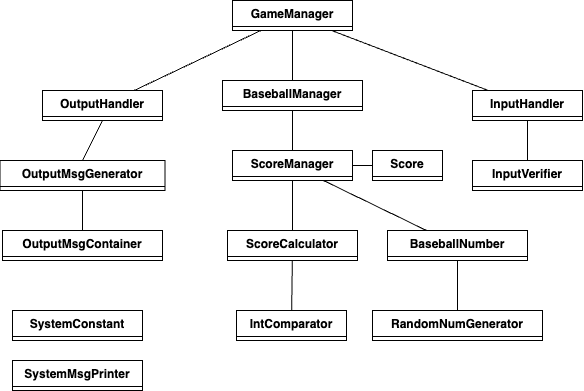
woowacourse-precourse/java-baseball keeps this draw.io diagram as docs/img/class4.png. Above is the earlier version. Source tidied: cells renumbered, new cells last; positions are measured from the earlier drawing's top-left corner, leaving out a move shared by most shapes. The source it was exported from:
```xml
<mxGraphModel>
  <root>
    <mxCell id="0" />
    <mxCell id="1" parent="0" />
    <mxCell id="2" value="InputHandler" style="swimlane;fontStyle=1;align=center;verticalAlign=top;horizontal=1;startSize=26;" parent="1" vertex="1" collapsed="1">
      <mxGeometry x="472" y="90" width="110" height="30" as="geometry" />
    </mxCell>
    <mxCell id="3" value="OutputHandler" style="swimlane;fontStyle=1;align=center;verticalAlign=top;horizontal=1;startSize=26;" parent="1" vertex="1" collapsed="1">
      <mxGeometry x="42" y="90" width="120" height="30" as="geometry" />
    </mxCell>
    <mxCell id="4" value="InputVerifier" style="swimlane;fontStyle=1;align=center;verticalAlign=top;horizontal=1;startSize=26;" parent="1" vertex="1" collapsed="1">
      <mxGeometry x="472" y="160" width="110" height="30" as="geometry" />
    </mxCell>
    <mxCell id="5" value="SystemConstant" style="swimlane;fontStyle=1;align=center;verticalAlign=top;horizontal=1;startSize=26;" parent="1" vertex="1" collapsed="1">
      <mxGeometry x="12" y="310" width="130" height="30" as="geometry" />
    </mxCell>
    <mxCell id="6" value="GameManager" style="swimlane;fontStyle=1;align=center;verticalAlign=top;horizontal=1;startSize=26;" parent="1" vertex="1" collapsed="1">
      <mxGeometry x="232" width="120" height="30" as="geometry" />
    </mxCell>
    <mxCell id="7" value="RandomNumGenerator" style="swimlane;fontStyle=1;align=center;verticalAlign=top;horizontal=1;startSize=26;" parent="1" vertex="1" collapsed="1">
      <mxGeometry x="372" y="310" width="170" height="30" as="geometry" />
    </mxCell>
    <mxCell id="8" value="IntComparator" style="swimlane;fontStyle=1;align=center;verticalAlign=top;horizontal=1;startSize=26;" parent="1" vertex="1" collapsed="1">
      <mxGeometry x="236" y="310" width="110" height="30" as="geometry" />
    </mxCell>
    <mxCell id="9" value="ScoreManager" style="swimlane;fontStyle=1;align=center;verticalAlign=top;horizontal=1;startSize=26;" parent="1" vertex="1" collapsed="1">
      <mxGeometry x="232" y="150" width="120" height="30" as="geometry" />
    </mxCell>
    <mxCell id="10" value="OutputMsgGenerator" style="swimlane;fontStyle=1;align=center;verticalAlign=top;horizontal=1;startSize=26;" parent="1" vertex="1" collapsed="1">
      <mxGeometry x="-0.5" y="160" width="165" height="30" as="geometry" />
    </mxCell>
    <mxCell id="11" style="endArrow=none;html=1;rounded=0;entryX=0.5;entryY=1;entryDx=0;entryDy=0;exitX=0.5;exitY=0;exitDx=0;exitDy=0;" parent="1" edge="1" source="10" target="3">
      <mxGeometry relative="1" as="geometry" />
    </mxCell>
    <mxCell id="12" style="endArrow=none;html=1;rounded=0;" parent="1" edge="1" source="3" target="6">
      <mxGeometry relative="1" as="geometry" />
    </mxCell>
    <mxCell id="13" style="endArrow=none;html=1;rounded=0;" parent="1" edge="1" source="6" target="2">
      <mxGeometry relative="1" as="geometry" />
    </mxCell>
    <mxCell id="14" style="endArrow=none;html=1;rounded=0;" parent="1" edge="1" source="2" target="4">
      <mxGeometry relative="1" as="geometry" />
    </mxCell>
    <mxCell id="15" style="endArrow=none;html=1;rounded=0;" parent="1" edge="1" source="27" target="6">
      <mxGeometry relative="1" as="geometry" />
    </mxCell>
    <mxCell id="16" style="endArrow=none;html=1;rounded=0;" parent="1" edge="1" source="8" target="17">
      <mxGeometry relative="1" as="geometry" />
    </mxCell>
    <mxCell id="17" value="ScoreCalculator" style="swimlane;fontStyle=1;align=center;verticalAlign=top;horizontal=1;startSize=26;" parent="1" vertex="1" collapsed="1">
      <mxGeometry x="227" y="230" width="130" height="30" as="geometry" />
    </mxCell>
    <mxCell id="18" style="endArrow=none;html=1;rounded=0;" parent="1" edge="1" source="17" target="9">
      <mxGeometry relative="1" as="geometry" />
    </mxCell>
    <mxCell id="19" value="OutputMsgContainer" style="swimlane;fontStyle=1;align=center;verticalAlign=top;horizontal=1;startSize=26;" parent="1" vertex="1" collapsed="1">
      <mxGeometry x="2" y="230" width="160" height="30" as="geometry" />
    </mxCell>
    <mxCell id="20" value="BaseballNumber" style="swimlane;fontStyle=1;align=center;verticalAlign=top;horizontal=1;startSize=26;" parent="1" vertex="1" collapsed="1">
      <mxGeometry x="387" y="230" width="140" height="30" as="geometry" />
    </mxCell>
    <mxCell id="21" style="endArrow=none;html=1;rounded=0;" parent="1" edge="1" source="20" target="9">
      <mxGeometry relative="1" as="geometry" />
    </mxCell>
    <mxCell id="22" style="endArrow=none;html=1;rounded=0;" parent="1" edge="1" source="7" target="20">
      <mxGeometry relative="1" as="geometry" />
    </mxCell>
    <mxCell id="23" style="endArrow=none;html=1;rounded=0;" parent="1" edge="1" source="19" target="10">
      <mxGeometry relative="1" as="geometry" />
    </mxCell>
    <mxCell id="24" value="SystemMsgPrinter" style="swimlane;fontStyle=1;align=center;verticalAlign=top;horizontal=1;startSize=26;" parent="1" vertex="1" collapsed="1">
      <mxGeometry x="12" y="360" width="130" height="30" as="geometry" />
    </mxCell>
    <mxCell id="25" value="Score" style="swimlane;fontStyle=1;align=center;verticalAlign=top;horizontal=1;startSize=26;" parent="1" vertex="1" collapsed="1">
      <mxGeometry x="372" y="150" width="70" height="30" as="geometry" />
    </mxCell>
    <mxCell id="26" style="endArrow=none;html=1;rounded=0;" parent="1" edge="1" source="9" target="25">
      <mxGeometry relative="1" as="geometry" />
    </mxCell>
    <mxCell id="27" value="BaseballManager" style="swimlane;fontStyle=1;align=center;verticalAlign=top;horizontal=1;startSize=26;" parent="1" vertex="1" collapsed="1">
      <mxGeometry x="222" y="80" width="140" height="30" as="geometry" />
    </mxCell>
    <mxCell id="28" style="endArrow=none;html=1;rounded=0;" parent="1" edge="1" source="9" target="27">
      <mxGeometry relative="1" as="geometry" />
    </mxCell>
  </root>
</mxGraphModel>
```
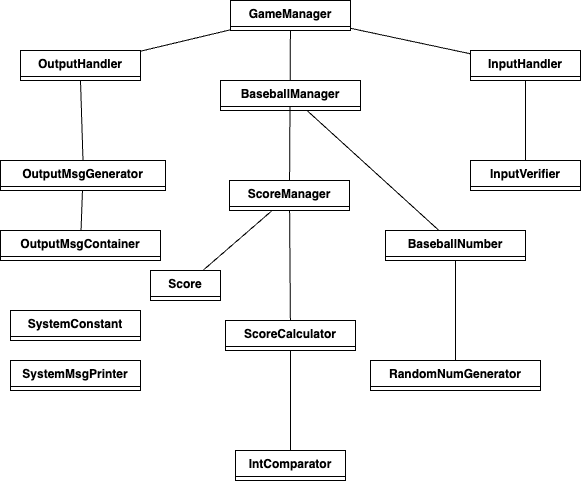
After the commit.

Commit message:
fix(README): 클래스 다이어그램 오류 수정

What changed in the source:
```diff
@@ -3,10 +3,10 @@
     <mxCell id="0" />
     <mxCell id="1" parent="0" />
     <mxCell id="2" value="InputHandler" style="swimlane;fontStyle=1;align=center;verticalAlign=top;horizontal=1;startSize=26;" parent="1" vertex="1" collapsed="1">
-      <mxGeometry x="472" y="90" width="110" height="30" as="geometry" />
+      <mxGeometry x="472" y="50" width="110" height="30" as="geometry" />
     </mxCell>
     <mxCell id="3" value="OutputHandler" style="swimlane;fontStyle=1;align=center;verticalAlign=top;horizontal=1;startSize=26;" parent="1" vertex="1" collapsed="1">
-      <mxGeometry x="42" y="90" width="120" height="30" as="geometry" />
+      <mxGeometry x="22" y="50" width="120" height="30" as="geometry" />
     </mxCell>
     <mxCell id="4" value="InputVerifier" style="swimlane;fontStyle=1;align=center;verticalAlign=top;horizontal=1;startSize=26;" parent="1" vertex="1" collapsed="1">
       <mxGeometry x="472" y="160" width="110" height="30" as="geometry" />
@@ -18,16 +18,16 @@
       <mxGeometry x="232" width="120" height="30" as="geometry" />
     </mxCell>
     <mxCell id="7" value="RandomNumGenerator" style="swimlane;fontStyle=1;align=center;verticalAlign=top;horizontal=1;startSize=26;" parent="1" vertex="1" collapsed="1">
-      <mxGeometry x="372" y="310" width="170" height="30" as="geometry" />
+      <mxGeometry x="372" y="360" width="170" height="30" as="geometry" />
     </mxCell>
     <mxCell id="8" value="IntComparator" style="swimlane;fontStyle=1;align=center;verticalAlign=top;horizontal=1;startSize=26;" parent="1" vertex="1" collapsed="1">
-      <mxGeometry x="236" y="310" width="110" height="30" as="geometry" />
+      <mxGeometry x="237" y="450" width="110" height="30" as="geometry" />
     </mxCell>
     <mxCell id="9" value="ScoreManager" style="swimlane;fontStyle=1;align=center;verticalAlign=top;horizontal=1;startSize=26;" parent="1" vertex="1" collapsed="1">
-      <mxGeometry x="232" y="150" width="120" height="30" as="geometry" />
+      <mxGeometry x="231" y="180" width="120" height="30" as="geometry" />
     </mxCell>
     <mxCell id="10" value="OutputMsgGenerator" style="swimlane;fontStyle=1;align=center;verticalAlign=top;horizontal=1;startSize=26;" parent="1" vertex="1" collapsed="1">
-      <mxGeometry x="-0.5" y="160" width="165" height="30" as="geometry" />
+      <mxGeometry x="2" y="160" width="165" height="30" as="geometry" />
     </mxCell>
     <mxCell id="11" style="endArrow=none;html=1;rounded=0;entryX=0.5;entryY=1;entryDx=0;entryDy=0;exitX=0.5;exitY=0;exitDx=0;exitDy=0;" parent="1" edge="1" source="10" target="3">
       <mxGeometry relative="1" as="geometry" />
@@ -41,14 +41,14 @@
     <mxCell id="14" style="endArrow=none;html=1;rounded=0;" parent="1" edge="1" source="2" target="4">
       <mxGeometry relative="1" as="geometry" />
     </mxCell>
-    <mxCell id="15" style="endArrow=none;html=1;rounded=0;" parent="1" edge="1" source="27" target="6">
+    <mxCell id="15" style="endArrow=none;html=1;rounded=0;" parent="1" edge="1" source="9" target="6">
       <mxGeometry relative="1" as="geometry" />
     </mxCell>
     <mxCell id="16" style="endArrow=none;html=1;rounded=0;" parent="1" edge="1" source="8" target="17">
       <mxGeometry relative="1" as="geometry" />
     </mxCell>
     <mxCell id="17" value="ScoreCalculator" style="swimlane;fontStyle=1;align=center;verticalAlign=top;horizontal=1;startSize=26;" parent="1" vertex="1" collapsed="1">
-      <mxGeometry x="227" y="230" width="130" height="30" as="geometry" />
+      <mxGeometry x="227" y="320" width="130" height="30" as="geometry" />
     </mxCell>
     <mxCell id="18" style="endArrow=none;html=1;rounded=0;" parent="1" edge="1" source="17" target="9">
       <mxGeometry relative="1" as="geometry" />
@@ -59,7 +59,7 @@
     <mxCell id="20" value="BaseballNumber" style="swimlane;fontStyle=1;align=center;verticalAlign=top;horizontal=1;startSize=26;" parent="1" vertex="1" collapsed="1">
       <mxGeometry x="387" y="230" width="140" height="30" as="geometry" />
     </mxCell>
-    <mxCell id="21" style="endArrow=none;html=1;rounded=0;" parent="1" edge="1" source="20" target="9">
+    <mxCell id="21" style="endArrow=none;html=1;rounded=0;" parent="1" edge="1" source="20" target="27">
       <mxGeometry relative="1" as="geometry" />
     </mxCell>
     <mxCell id="22" style="endArrow=none;html=1;rounded=0;" parent="1" edge="1" source="7" target="20">
@@ -72,7 +72,7 @@
       <mxGeometry x="12" y="360" width="130" height="30" as="geometry" />
     </mxCell>
     <mxCell id="25" value="Score" style="swimlane;fontStyle=1;align=center;verticalAlign=top;horizontal=1;startSize=26;" parent="1" vertex="1" collapsed="1">
-      <mxGeometry x="372" y="150" width="70" height="30" as="geometry" />
+      <mxGeometry x="152" y="270" width="70" height="30" as="geometry" />
     </mxCell>
     <mxCell id="26" style="endArrow=none;html=1;rounded=0;" parent="1" edge="1" source="9" target="25">
       <mxGeometry relative="1" as="geometry" />
@@ -80,8 +80,5 @@
     <mxCell id="27" value="BaseballManager" style="swimlane;fontStyle=1;align=center;verticalAlign=top;horizontal=1;startSize=26;" parent="1" vertex="1" collapsed="1">
       <mxGeometry x="222" y="80" width="140" height="30" as="geometry" />
     </mxCell>
-    <mxCell id="28" style="endArrow=none;html=1;rounded=0;" parent="1" edge="1" source="9" target="27">
-      <mxGeometry relative="1" as="geometry" />
-    </mxCell>
   </root>
 </mxGraphModel>
```
